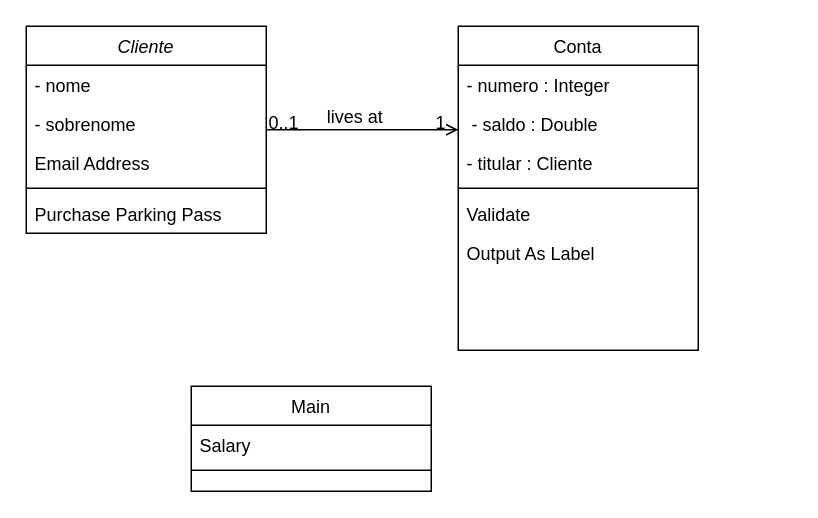
mariliamessias/digital_house_kotlin keeps this draw.io diagram as aula_05_introducao_exercicios/clientes_contas/clientes_contas.drawio. Above is the earlier version. Source tidied: cells renumbered, new cells numbered last; positions are measured from the earlier drawing's top-left corner, leaving out a move shared by most shapes. Both pictures are drawn from the tidied source at 150%, with x=0, y=0 at pixel (26, 26).
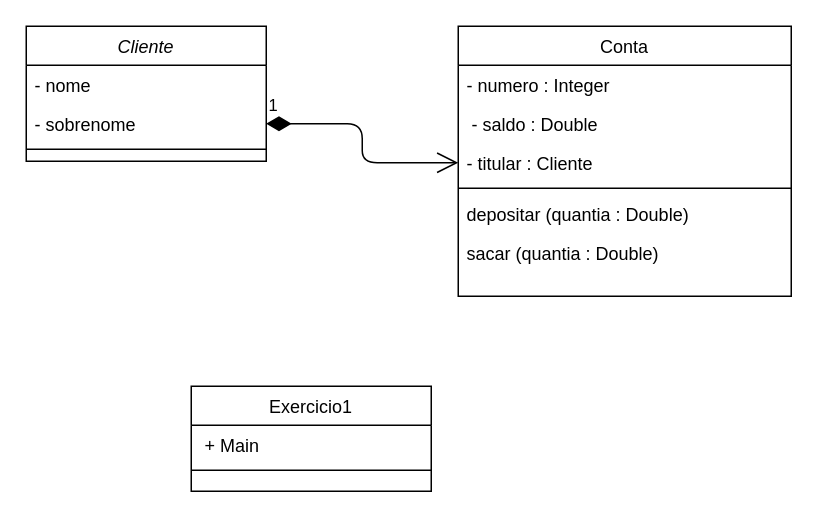
The same page after the edit.

Commit message (it also covers changes not shown here):
add methods depositar and sacar

Unchanged cells that the change refers to:
```xml
<mxCell id="4" value="- sobrenome" style="text;align=left;verticalAlign=top;spacingLeft=4;spacingRight=4;overflow=hidden;points=[[0,0.5],[1,0.5]];portConstraint=eastwest;rounded=0;shadow=0;html=0;" parent="2" vertex="1">
  <mxGeometry y="52" width="160" height="26" as="geometry" />
</mxCell>
```

Change to the diagram source:
```diff
@@
     <mxCell id="2" value="Cliente" style="swimlane;fontStyle=2;align=center;verticalAlign=top;horizontal=1;startSize=26;rounded=0;shadow=0;strokeWidth=1;" parent="1" vertex="1">
-      <mxGeometry width="160" height="138" as="geometry" />
+      <mxGeometry width="160" height="90" as="geometry" />
     </mxCell>
@@
-    <mxCell id="5" value="Email Address" style="text;align=left;verticalAlign=top;spacingLeft=4;spacingRight=4;overflow=hidden;rounded=0;shadow=0;html=0;" parent="2" vertex="1">
-      <mxGeometry y="78" width="160" height="26" as="geometry" />
-    </mxCell>
     <mxCell id="6" style="line;html=1;strokeWidth=1;align=left;verticalAlign=middle;spacingTop=-1;spacingLeft=3;spacingRight=3;labelPosition=right;" parent="2" vertex="1">
-      <mxGeometry y="104" width="160" height="8" as="geometry" />
+      <mxGeometry y="78" width="160" height="8" as="geometry" />
     </mxCell>
-    <mxCell id="7" value="Purchase Parking Pass" style="text;align=left;verticalAlign=top;spacingLeft=4;spacingRight=4;overflow=hidden;" parent="2" vertex="1">
-      <mxGeometry y="112" width="160" height="26" as="geometry" />
-    </mxCell>
-    <mxCell id="8" value="Main" style="swimlane;fontStyle=0;align=center;verticalAlign=top;horizontal=1;startSize=26;rounded=0;shadow=0;strokeWidth=1;" parent="1" vertex="1">
+    <mxCell id="8" value="Exercicio1" style="swimlane;fontStyle=0;align=center;verticalAlign=top;horizontal=1;startSize=26;rounded=0;shadow=0;strokeWidth=1;" parent="1" vertex="1">
       <mxGeometry x="110" y="240" width="160" height="70" as="geometry" />
     </mxCell>
-    <mxCell id="9" value="Salary" style="text;align=left;verticalAlign=top;spacingLeft=4;spacingRight=4;overflow=hidden;" parent="8" vertex="1">
+    <mxCell id="9" value=" + Main" style="text;align=left;verticalAlign=top;spacingLeft=4;spacingRight=4;overflow=hidden;" parent="8" vertex="1">
       <mxGeometry y="26" width="160" height="26" as="geometry" />
     </mxCell>
@@
     <mxCell id="11" value="Conta" style="swimlane;fontStyle=0;align=center;verticalAlign=top;horizontal=1;startSize=26;rounded=0;shadow=0;strokeWidth=1;" parent="1" vertex="1">
-      <mxGeometry x="288" width="160" height="216" as="geometry" />
+      <mxGeometry x="288" width="222" height="180" as="geometry" />
     </mxCell>
     <mxCell id="12" value="- numero : Integer" style="text;align=left;verticalAlign=top;spacingLeft=4;spacingRight=4;overflow=hidden;" parent="11" vertex="1">
-      <mxGeometry y="26" width="160" height="26" as="geometry" />
+      <mxGeometry y="26" width="222" height="26" as="geometry" />
     </mxCell>
     <mxCell id="13" value=" - saldo : Double" style="text;align=left;verticalAlign=top;spacingLeft=4;spacingRight=4;overflow=hidden;rounded=0;shadow=0;html=0;" parent="11" vertex="1">
-      <mxGeometry y="52" width="160" height="26" as="geometry" />
+      <mxGeometry y="52" width="222" height="26" as="geometry" />
     </mxCell>
     <mxCell id="14" value="- titular : Cliente" style="text;align=left;verticalAlign=top;spacingLeft=4;spacingRight=4;overflow=hidden;points=[[0,0.5],[1,0.5]];portConstraint=eastwest;rounded=0;shadow=0;html=0;" parent="11" vertex="1">
-      <mxGeometry y="78" width="160" height="26" as="geometry" />
+      <mxGeometry y="78" width="222" height="26" as="geometry" />
     </mxCell>
     <mxCell id="15" style="line;html=1;strokeWidth=1;align=left;verticalAlign=middle;spacingTop=-1;spacingLeft=3;spacingRight=3;labelPosition=right;" parent="11" vertex="1">
-      <mxGeometry y="104" width="160" height="8" as="geometry" />
+      <mxGeometry y="104" width="222" height="8" as="geometry" />
     </mxCell>
-    <mxCell id="16" value="Validate" style="text;align=left;verticalAlign=top;spacingLeft=4;spacingRight=4;overflow=hidden;" parent="11" vertex="1">
-      <mxGeometry y="112" width="160" height="26" as="geometry" />
+    <mxCell id="16" value="depositar (quantia : Double)" style="text;align=left;verticalAlign=top;spacingLeft=4;spacingRight=4;overflow=hidden;" parent="11" vertex="1">
+      <mxGeometry y="112" width="222" height="26" as="geometry" />
     </mxCell>
-    <mxCell id="17" value="Output As Label" style="text;align=left;verticalAlign=top;spacingLeft=4;spacingRight=4;overflow=hidden;" parent="11" vertex="1">
-      <mxGeometry y="138" width="160" height="26" as="geometry" />
-    </mxCell>
-    <mxCell id="18" style="endArrow=open;shadow=0;strokeWidth=1;rounded=0;endFill=1;edgeStyle=elbowEdgeStyle;elbow=vertical;" parent="1" edge="1" source="2" target="11">
-      <mxGeometry x="0.5" y="41" relative="1" as="geometry">
-        <mxPoint x="-40" y="32" as="offset" />
-      </mxGeometry>
-    </mxCell>
-    <mxCell id="19" value="0..1" style="align=left;verticalAlign=bottom;labelBackgroundColor=none;fontSize=12;" parent="18" vertex="1">
-      <mxGeometry x="-1" relative="1" as="geometry">
-        <mxPoint y="4" as="offset" />
-      </mxGeometry>
-    </mxCell>
+    <mxCell id="22" value="sacar (quantia : Double) " style="text;align=left;verticalAlign=top;spacingLeft=4;spacingRight=4;overflow=hidden;" parent="11" vertex="1">
+      <mxGeometry y="138" width="222" height="26" as="geometry" />
+    </mxCell>
-    <mxCell id="20" value="1" style="align=right;verticalAlign=bottom;labelBackgroundColor=none;fontSize=12;" parent="18" vertex="1">
-      <mxGeometry x="1" relative="1" as="geometry">
-        <mxPoint x="-7" y="4" as="offset" />
-      </mxGeometry>
+    <mxCell id="20" value="1" style="endArrow=open;html=1;endSize=12;startArrow=diamondThin;startSize=14;startFill=1;edgeStyle=orthogonalEdgeStyle;align=left;verticalAlign=bottom;exitX=1;exitY=0.5;exitDx=0;exitDy=0;entryX=0;entryY=0.5;entryDx=0;entryDy=0;" parent="1" edge="1" source="4" target="14">
+      <mxGeometry x="-1" y="3" relative="1" as="geometry" />
     </mxCell>
-    <mxCell id="21" value="lives at" style="text;html=1;align=center;verticalAlign=middle;labelBackgroundColor=none;rounded=0;shadow=0;strokeWidth=1;fontSize=12;" parent="18" vertex="1">
-      <mxGeometry x="0.5" y="49" relative="1" as="geometry">
-        <mxPoint x="-38" y="40" as="offset" />
-      </mxGeometry>
-    </mxCell>
```
